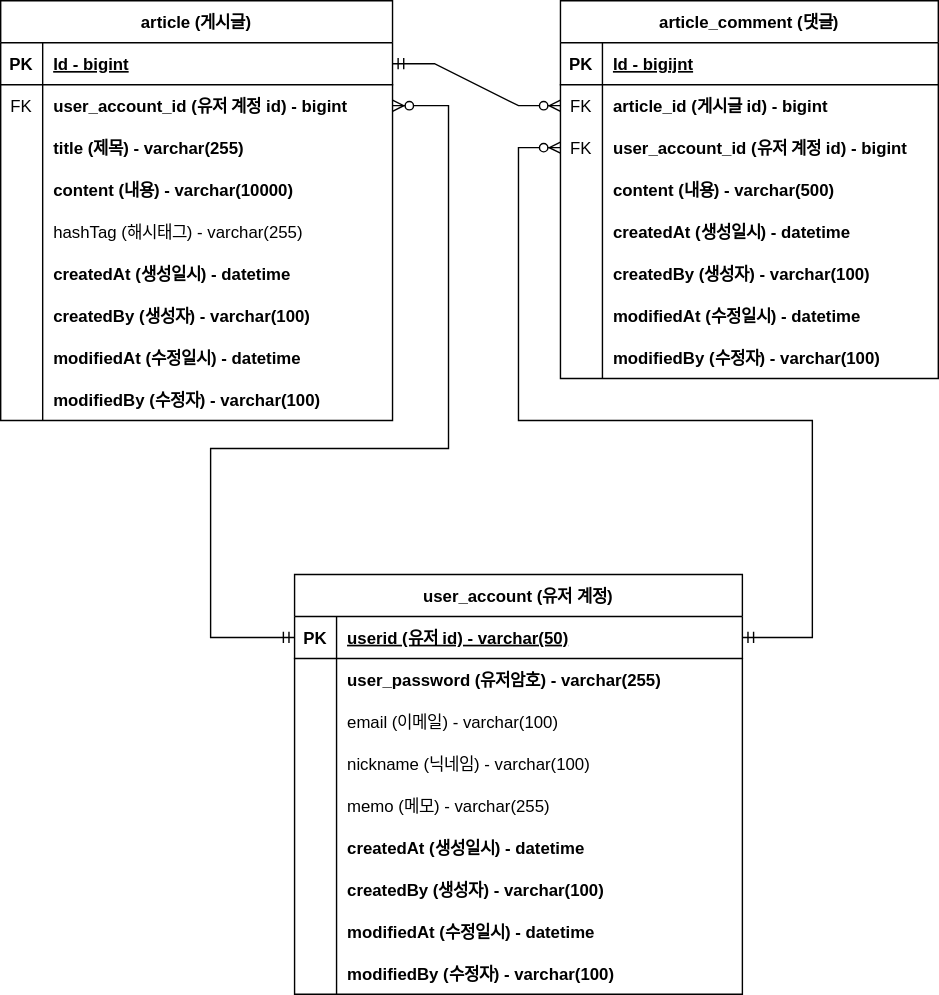
Above: document/project-board-erd.svg in BBlack-Hun/fastcampus-project-board (draw.io), before the change. Source tidied: cells renumbered, new cells last; positions are measured from the earlier drawing's top-left corner, leaving out a move shared by most shapes.
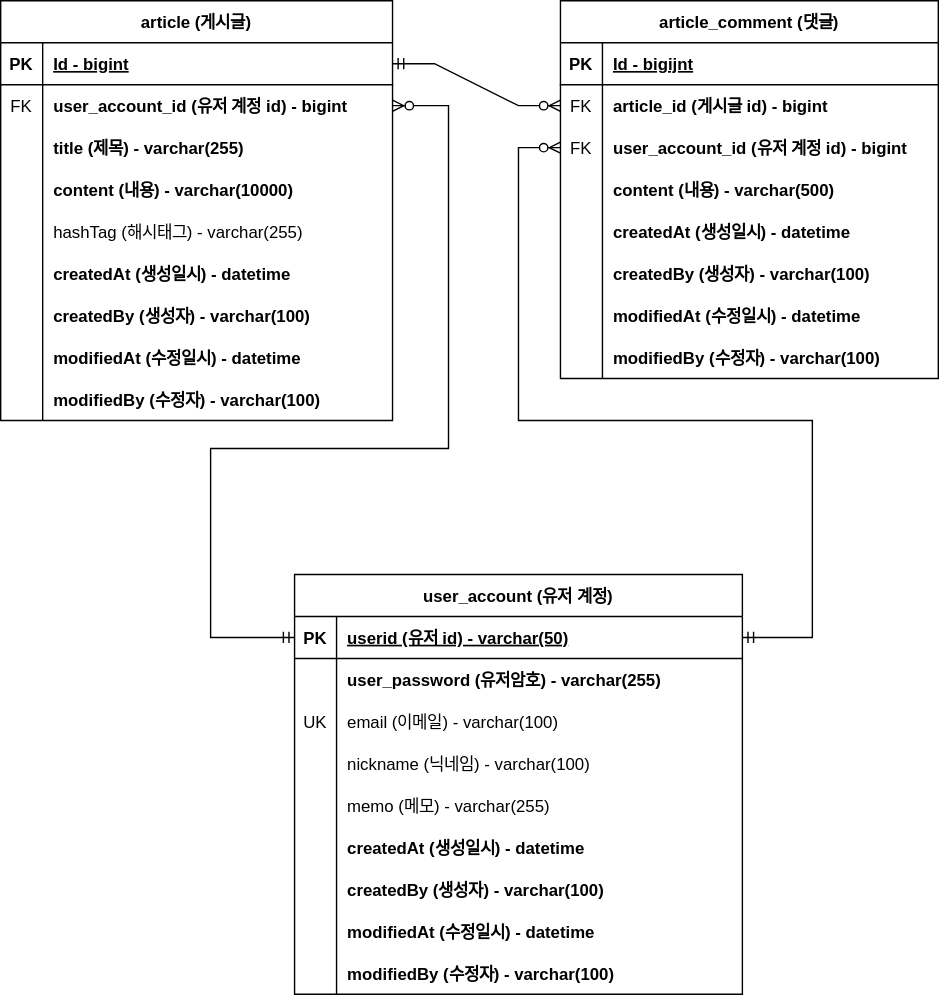
Later version of the same file.

Commit message:
#40 - ERD 문서 수정: 회원 계정 email 를 UK 로 변경(이전에 잘 못 삭제함)

What changed in the source:
```diff
@@ -188,7 +188,7 @@
     <mxCell id="63" style="shape=tableRow;horizontal=0;startSize=0;swimlaneHead=0;swimlaneBody=0;fillColor=none;top=0;left=0;right=0;bottom=0;" parent="56" vertex="1">
       <mxGeometry y="90" width="320" height="30" as="geometry" />
     </mxCell>
-    <mxCell id="64" style="shape=partialRectangle;fillColor=none;top=0;left=0;bottom=0;right=0;overflow=hidden;" parent="63" vertex="1">
+    <mxCell id="64" value="UK" style="shape=partialRectangle;fillColor=none;top=0;left=0;bottom=0;right=0;overflow=hidden;" parent="63" vertex="1">
       <mxGeometry width="30" height="30" as="geometry" />
     </mxCell>
     <mxCell id="65" value="email (이메일) - varchar(100)" style="shape=partialRectangle;fillColor=none;top=0;left=0;bottom=0;right=0;align=left;spacingLeft=6;overflow=hidden;fontStyle=0;" parent="63" vertex="1">
```
